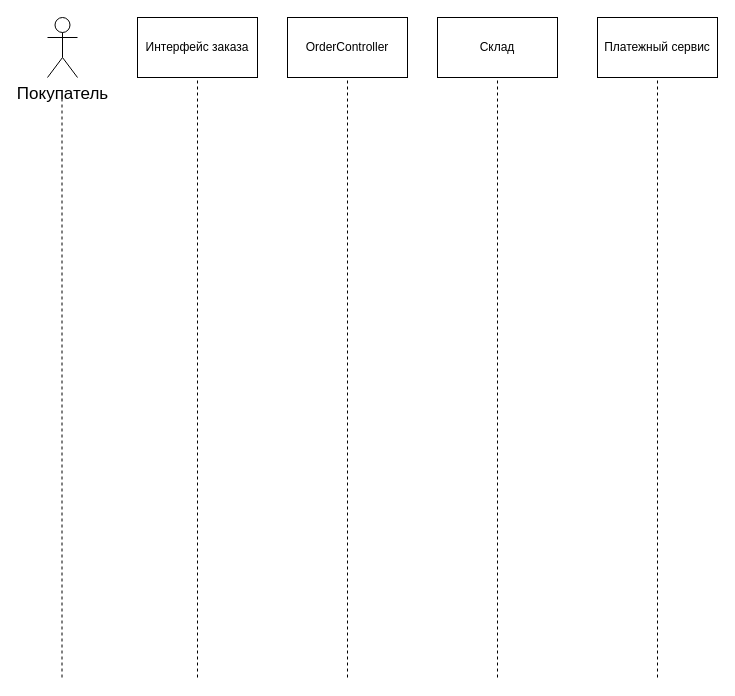
This is UML-диаграмма.drawio from diaganz0709-ai/UML, a draw.io file, before an edit. Source tidied: cells renumbered, new cells numbered last; positions are measured from the earlier drawing's top-left corner, leaving out a move shared by most shapes. Both pictures are drawn from the tidied source at 100%, with x=0, y=0 at pixel (47, 17).
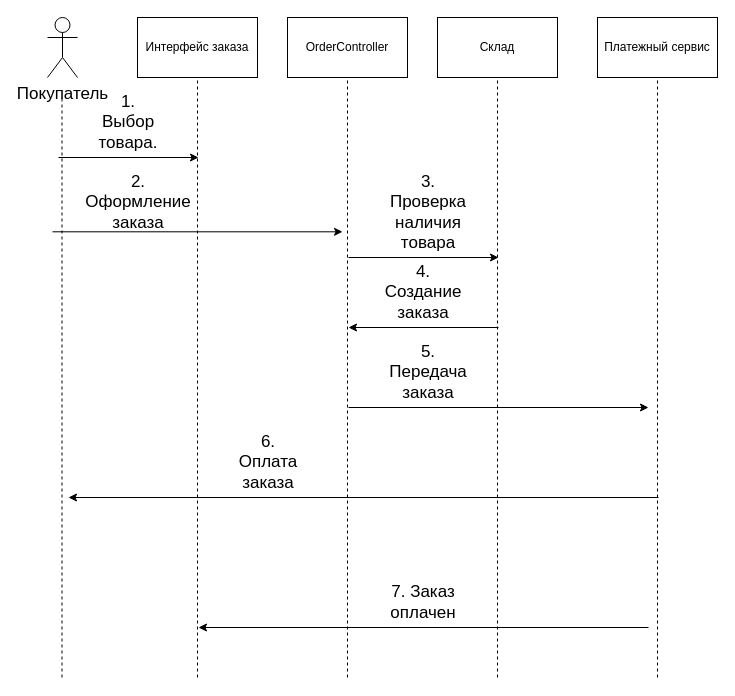
Above is the later version.

Diff of the diagram source:
```diff
@@
+    <mxCell id="12" style="endArrow=classic;html=1;rounded=0;" parent="1" edge="1">
+      <mxGeometry relative="1" as="geometry">
+        <mxPoint x="11" y="140" as="sourcePoint" />
+        <mxPoint x="151" y="140" as="targetPoint" />
+      </mxGeometry>
+    </mxCell>
+    <mxCell id="13" value="1. Выбор товара." style="text;html=1;whiteSpace=wrap;strokeColor=none;fillColor=none;align=center;verticalAlign=middle;rounded=0;fontSize=17;" parent="1" vertex="1">
+      <mxGeometry x="51" y="90" width="60" height="30" as="geometry" />
+    </mxCell>
+    <mxCell id="14" style="endArrow=classic;html=1;rounded=0;" parent="1" edge="1">
+      <mxGeometry relative="1" as="geometry">
+        <mxPoint x="5" y="214.3" as="sourcePoint" />
+        <mxPoint x="295" y="214.3" as="targetPoint" />
+      </mxGeometry>
+    </mxCell>
+    <mxCell id="15" value="2. Оформление заказа" style="text;html=1;whiteSpace=wrap;strokeColor=none;fillColor=none;align=center;verticalAlign=middle;rounded=0;fontSize=17;" parent="1" vertex="1">
+      <mxGeometry x="61" y="170" width="60" height="30" as="geometry" />
+    </mxCell>
+    <mxCell id="16" style="endArrow=classic;html=1;rounded=0;fontSize=17;" parent="1" edge="1">
+      <mxGeometry relative="1" as="geometry">
+        <mxPoint x="301" y="240" as="sourcePoint" />
+        <mxPoint x="451" y="240" as="targetPoint" />
+      </mxGeometry>
+    </mxCell>
+    <mxCell id="17" value="3. Проверка наличия товара" style="text;html=1;whiteSpace=wrap;strokeColor=none;fillColor=none;align=center;verticalAlign=middle;rounded=0;fontSize=17;" parent="1" vertex="1">
+      <mxGeometry x="341" y="180" width="80" height="30" as="geometry" />
+    </mxCell>
+    <mxCell id="18" style="endArrow=classic;html=1;rounded=0;fontSize=17;" parent="1" edge="1">
+      <mxGeometry relative="1" as="geometry">
+        <mxPoint x="451" y="310" as="sourcePoint" />
+        <mxPoint x="301" y="310" as="targetPoint" />
+      </mxGeometry>
+    </mxCell>
+    <mxCell id="19" value="4. Создание заказа" style="text;html=1;whiteSpace=wrap;strokeColor=none;fillColor=none;align=center;verticalAlign=middle;rounded=0;fontSize=17;" parent="1" vertex="1">
+      <mxGeometry x="341" y="260" width="70" height="30" as="geometry" />
+    </mxCell>
+    <mxCell id="20" style="endArrow=classic;html=1;rounded=0;" parent="1" edge="1">
+      <mxGeometry relative="1" as="geometry">
+        <mxPoint x="301" y="390" as="sourcePoint" />
+        <mxPoint x="601" y="390" as="targetPoint" />
+      </mxGeometry>
+    </mxCell>
+    <mxCell id="21" value="5. Передача заказа" style="text;html=1;whiteSpace=wrap;strokeColor=none;fillColor=none;align=center;verticalAlign=middle;rounded=0;fontSize=17;" parent="1" vertex="1">
+      <mxGeometry x="351" y="340" width="60" height="30" as="geometry" />
+    </mxCell>
+    <mxCell id="22" style="endArrow=classic;html=1;rounded=0;" parent="1" edge="1">
+      <mxGeometry relative="1" as="geometry">
+        <mxPoint x="611" y="480" as="sourcePoint" />
+        <mxPoint x="21" y="480" as="targetPoint" />
+      </mxGeometry>
+    </mxCell>
+    <mxCell id="23" value="6. Оплата заказа" style="text;html=1;whiteSpace=wrap;strokeColor=none;fillColor=none;align=center;verticalAlign=middle;rounded=0;fontSize=17;" parent="1" vertex="1">
+      <mxGeometry x="191" y="430" width="60" height="30" as="geometry" />
+    </mxCell>
+    <mxCell id="24" style="endArrow=classic;html=1;rounded=0;" parent="1" edge="1">
+      <mxGeometry relative="1" as="geometry">
+        <mxPoint x="601" y="610" as="sourcePoint" />
+        <mxPoint x="151" y="610" as="targetPoint" />
+      </mxGeometry>
+    </mxCell>
+    <mxCell id="25" value="&lt;font style=&quot;font-size: 17px;&quot;&gt;7. Заказ оплачен&lt;/font&gt;" style="text;html=1;whiteSpace=wrap;strokeColor=none;fillColor=none;align=center;verticalAlign=middle;rounded=0;" parent="1" vertex="1">
+      <mxGeometry x="346" y="570" width="60" height="30" as="geometry" />
+    </mxCell>
```
